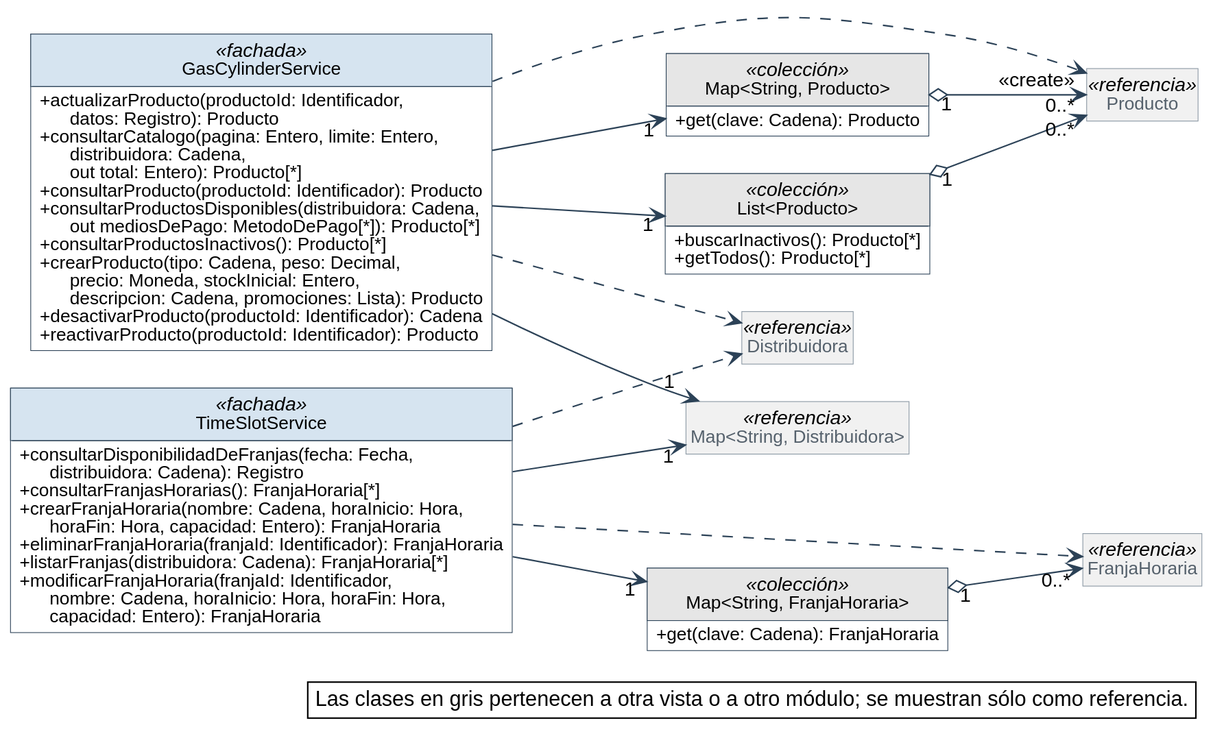
Nahuelito-Dev/splg-docs keeps this PlantUML diagram as diagramas/clases-diseno/DC_Mod_Productos-y-franjas.svg. Above is the earlier version.
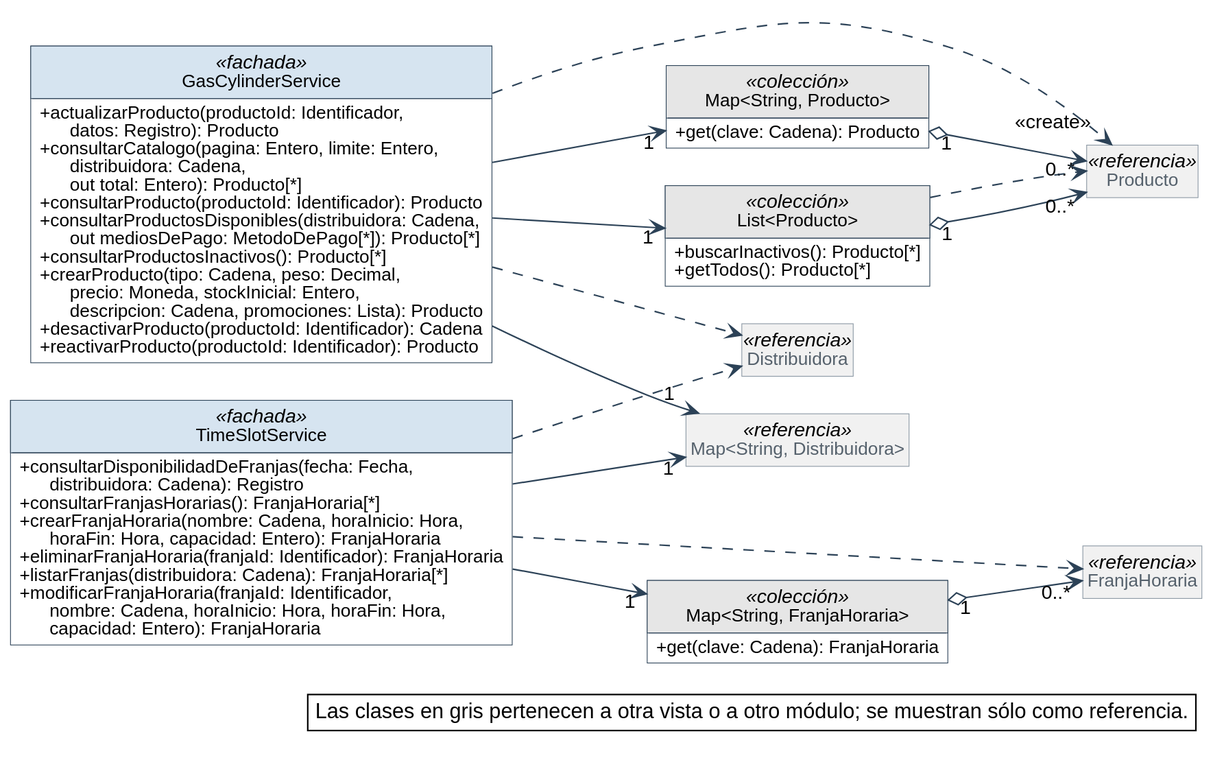
The same diagram one commit later.

What changed in the source:
```diff
@@ -103,6 +103,7 @@
 TimeSlotService --> "1" Map_String_FranjaHoraria
 GasCylinderService ..> Distribuidora
 GasCylinderService ..> "<<create>>" Producto
+List_Producto ..> Producto
 TimeSlotService ..> Distribuidora
 TimeSlotService ..> FranjaHoraria
 
```
